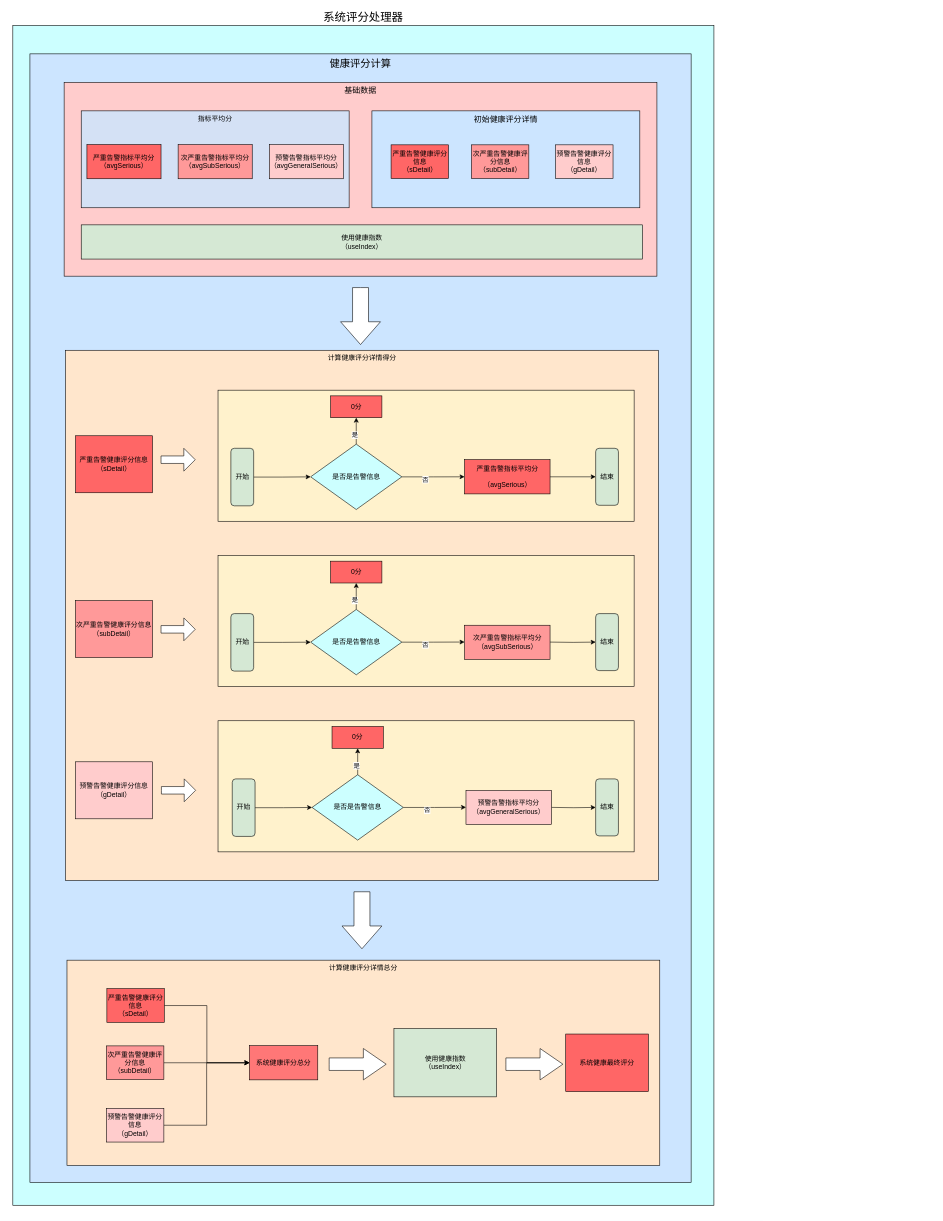
diaosinanshen/draw keeps this draw.io diagram as 健康模型3.drawio. Above is the earlier version. Source tidied: cells renumbered, new cells numbered last; positions are measured from the earlier drawing's top-left corner, leaving out a move shared by most shapes. Both pictures are drawn from the tidied source at 57%, with x=0, y=0 at pixel (13, 25).
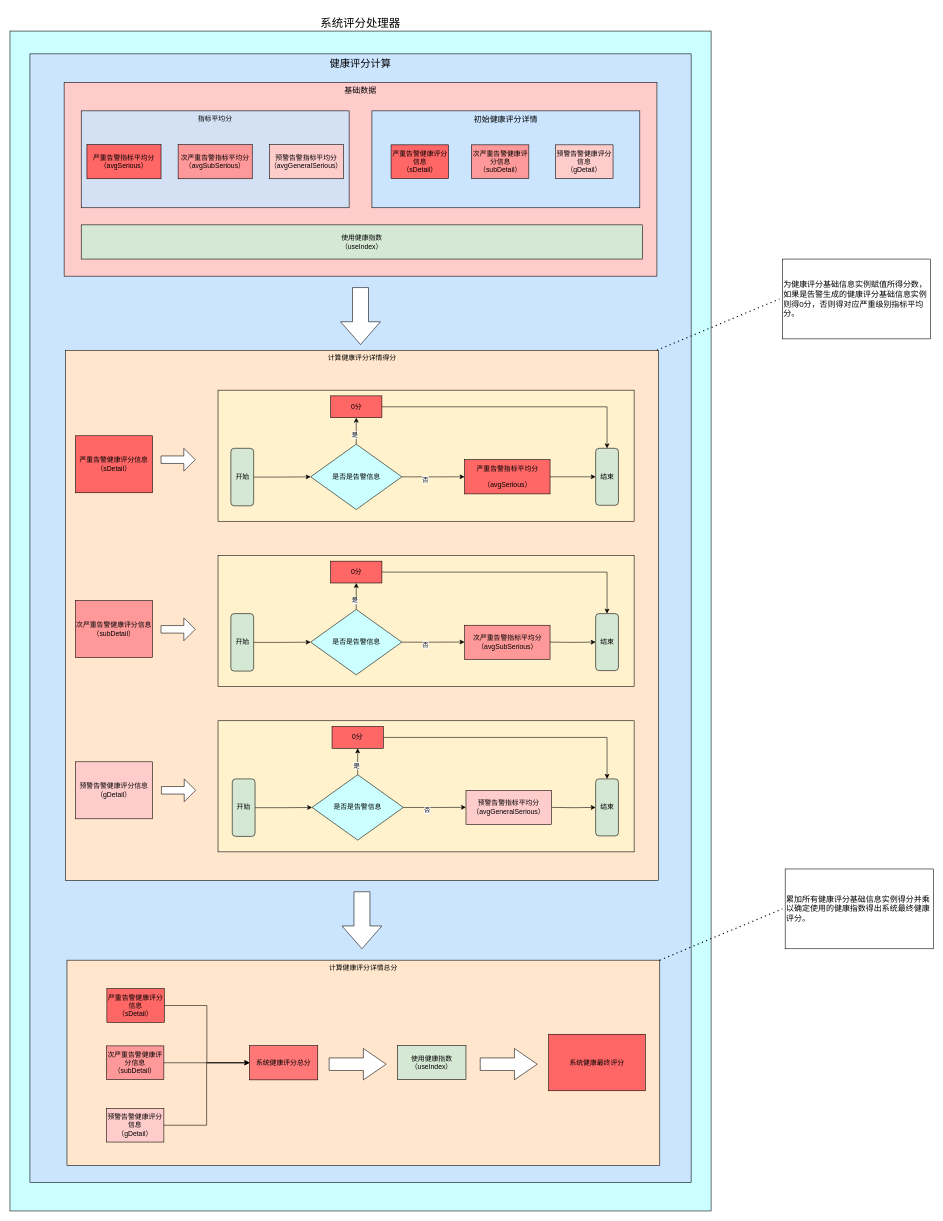
The same diagram, later.

Commit message (it also covers changes not shown here):
更新健康模型3.drawio

The change refers to these unchanged cells:
```xml
<mxCell id="25" value="0分" style="rounded=0;whiteSpace=wrap;html=1;flipH=1;flipV=1;fillColor=#FF6666;" parent="1" vertex="1">
  <mxGeometry x="557.5" y="650" width="90" height="38.3" as="geometry" />
</mxCell>
<mxCell id="28" value="结束" style="rounded=1;whiteSpace=wrap;html=1;fillColor=#D5E8D4;" parent="1" vertex="1">
  <mxGeometry x="1022.5" y="742" width="40" height="100" as="geometry" />
</mxCell>
<mxCell id="38" value="0分" style="rounded=0;whiteSpace=wrap;html=1;flipH=1;flipV=1;fillColor=#FF6666;" parent="1" vertex="1">
  <mxGeometry x="557.5" y="940" width="90" height="38.3" as="geometry" />
</mxCell>
<mxCell id="40" value="结束" style="rounded=1;whiteSpace=wrap;html=1;fillColor=#D5E8D4;" parent="1" vertex="1">
  <mxGeometry x="1022.5" y="1032" width="40" height="100" as="geometry" />
</mxCell>
<mxCell id="52" value="0分" style="rounded=0;whiteSpace=wrap;html=1;flipH=1;flipV=1;fillColor=#FF6666;" parent="1" vertex="1">
  <mxGeometry x="560" y="1230" width="90" height="38.3" as="geometry" />
</mxCell>
<mxCell id="54" value="结束" style="rounded=1;whiteSpace=wrap;html=1;fillColor=#D5E8D4;" parent="1" vertex="1">
  <mxGeometry x="1022.5" y="1322" width="40" height="100" as="geometry" />
</mxCell>
```

The edit, as a diff of the source:
```diff
@@
     <mxCell id="2" value="系统评分处理器" style="rounded=0;whiteSpace=wrap;html=1;verticalAlign=bottom;labelPosition=center;verticalLabelPosition=top;align=center;fillColor=#CCFFFF;fontSize=20;" parent="1" vertex="1">
-      <mxGeometry width="1230" height="2070" as="geometry" />
+      <mxGeometry x="-5" y="10" width="1230" height="2070" as="geometry" />
     </mxCell>
@@
+    <mxCell id="71" style="edgeStyle=orthogonalEdgeStyle;rounded=0;jettySize=auto;html=1;entryX=0.5;entryY=0;entryDx=0;entryDy=0;fontColor=#000000;" parent="1" edge="1" source="25" target="28">
+      <mxGeometry relative="1" as="geometry" />
+    </mxCell>
@@
+    <mxCell id="72" style="edgeStyle=orthogonalEdgeStyle;rounded=0;jettySize=auto;html=1;entryX=0.5;entryY=0;entryDx=0;entryDy=0;fontColor=#000000;" parent="1" edge="1" source="38" target="40">
+      <mxGeometry relative="1" as="geometry" />
+    </mxCell>
@@
+    <mxCell id="73" style="edgeStyle=orthogonalEdgeStyle;rounded=0;jettySize=auto;html=1;entryX=0.5;entryY=0;entryDx=0;entryDy=0;fontColor=#000000;" parent="1" edge="1" source="52" target="54">
+      <mxGeometry relative="1" as="geometry" />
+    </mxCell>
@@
     <mxCell id="66" value="使用健康指数&lt;br&gt;（useIndex）" style="rounded=0;whiteSpace=wrap;html=1;strokeWidth=1;fillColor=#d5e8d4;strokeColor=#000000;" parent="1" vertex="1">
-      <mxGeometry x="668.6" y="1760.2" width="180" height="119.6" as="geometry" />
+      <mxGeometry x="675" y="1789.6" width="120" height="60" as="geometry" />
     </mxCell>
     <mxCell id="67" style="html=1;shadow=0;dashed=0;align=center;verticalAlign=middle;shape=mxgraph.arrows2.arrow;dy=0.6;dx=40;notch=0;fontColor=#000000;fillColor=#FFFFFF;" parent="1" vertex="1">
-      <mxGeometry x="865" y="1795" width="100" height="55" as="geometry" />
+      <mxGeometry x="820" y="1795" width="100" height="55" as="geometry" />
     </mxCell>
     <mxCell id="68" value="系统健康最终评分" style="rounded=0;whiteSpace=wrap;html=1;fontColor=#000000;fillColor=#FF6666;" parent="1" vertex="1">
-      <mxGeometry x="970" y="1769.6" width="145" height="100.9" as="geometry" />
+      <mxGeometry x="940" y="1770" width="169.6" height="99.1" as="geometry" />
     </mxCell>
@@
+    <mxCell id="74" style="endArrow=none;dashed=1;html=1;dashPattern=1 3;strokeWidth=2;rounded=0;fontSize=14;exitX=1;exitY=0;exitDx=0;exitDy=0;" parent="1" edge="1">
+      <mxGeometry relative="1" as="geometry">
+        <mxPoint x="1130" y="570" as="sourcePoint" />
+        <mxPoint x="1345" y="480" as="targetPoint" />
+      </mxGeometry>
+    </mxCell>
+    <mxCell id="75" value="为健康评分基础信息实例赋值所得分数，如果是告警生成的健康评分基础信息实例则得0分，否则得对应严重级别指标平均分。" style="text;html=1;strokeColor=default;fillColor=none;align=left;verticalAlign=middle;whiteSpace=wrap;rounded=0;fontSize=14;" parent="1" vertex="1">
+      <mxGeometry x="1350" y="410" width="260" height="140" as="geometry" />
+    </mxCell>
+    <mxCell id="76" style="endArrow=none;dashed=1;html=1;dashPattern=1 3;strokeWidth=2;rounded=0;fontSize=14;exitX=1;exitY=0;exitDx=0;exitDy=0;" parent="1" edge="1">
+      <mxGeometry relative="1" as="geometry">
+        <mxPoint x="1135" y="1640" as="sourcePoint" />
+        <mxPoint x="1350" y="1550" as="targetPoint" />
+      </mxGeometry>
+    </mxCell>
+    <mxCell id="77" value="累加所有健康评分基础信息实例得分并乘以确定使用的健康指数得出系统最终健康评分。" style="text;html=1;strokeColor=default;fillColor=none;align=left;verticalAlign=middle;whiteSpace=wrap;rounded=0;fontSize=14;" parent="1" vertex="1">
+      <mxGeometry x="1355" y="1480" width="260" height="140" as="geometry" />
+    </mxCell>
```
